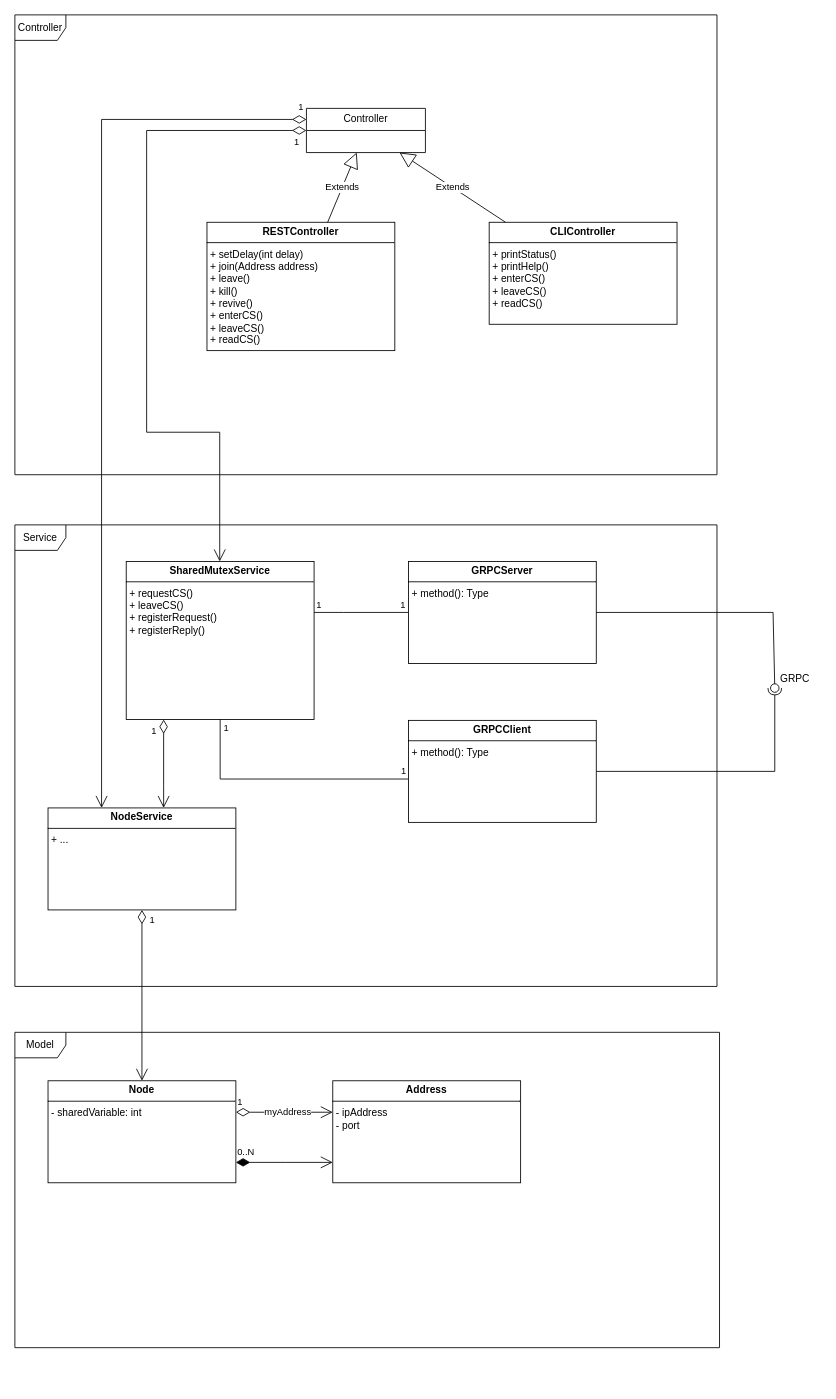
This is page "Class Diagram" (2 of 4) of docs/Untitled Diagram.drawio from jakubjanak2004/carvalho-roucairol, a draw.io file, before an edit. Source tidied: cells renumbered, new cells numbered last; positions are measured from the earlier drawing's top-left corner, leaving out a move shared by most shapes. Both pictures are drawn from the tidied source at 85%, with x=0, y=0 at pixel (14, 14).
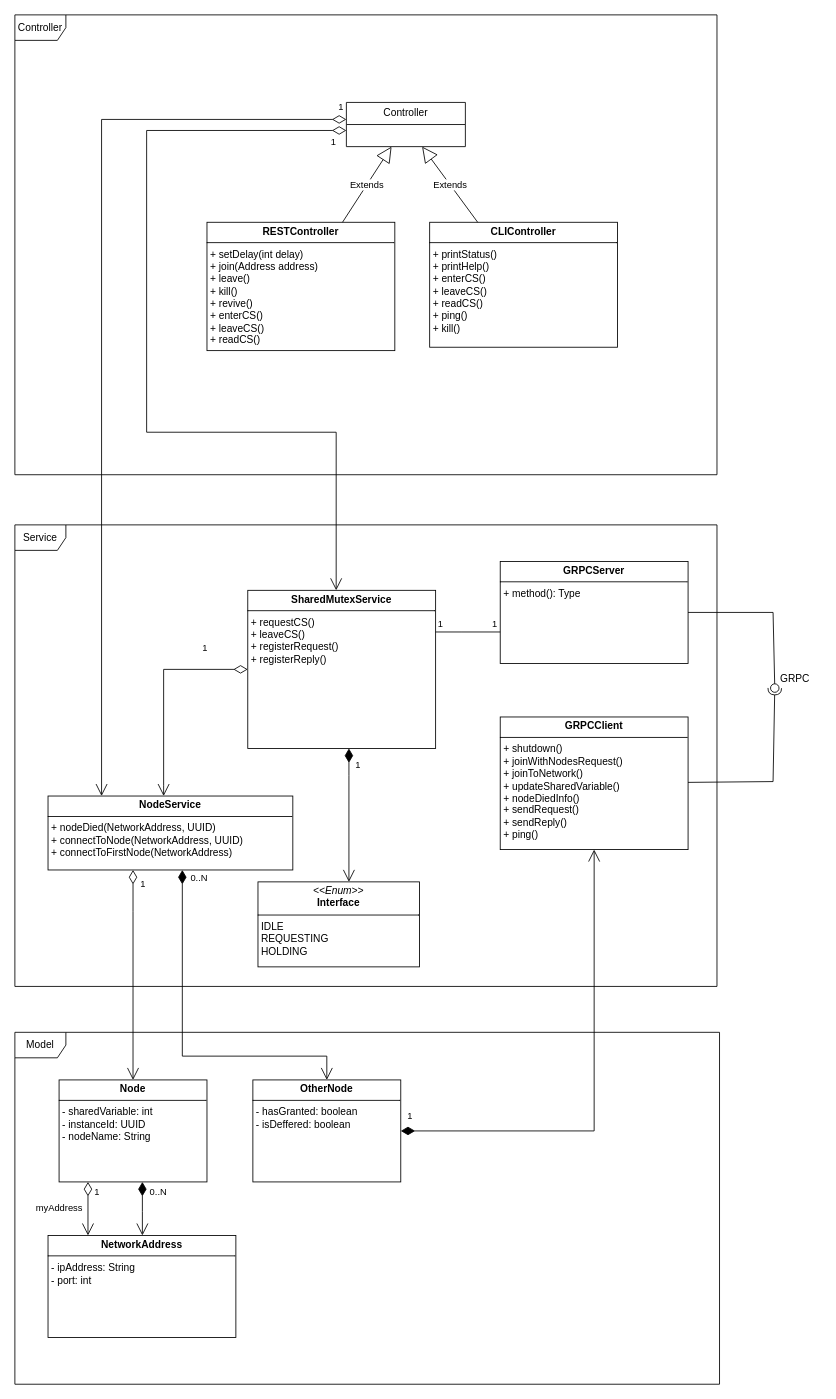
The same diagram, later.

Diff of the diagram source:
```diff
@@
-    <mxCell id="3" value="&lt;p style=&quot;margin:0px;margin-top:4px;text-align:center;&quot;&gt;&lt;b&gt;CLIController&lt;/b&gt;&lt;/p&gt;&lt;hr size=&quot;1&quot; style=&quot;border-style:solid;&quot;&gt;&lt;p style=&quot;margin:0px;margin-left:4px;&quot;&gt;+ printStatus()&lt;/p&gt;&lt;p style=&quot;margin:0px;margin-left:4px;&quot;&gt;+ printHelp()&lt;/p&gt;&lt;p style=&quot;margin:0px;margin-left:4px;&quot;&gt;+ enterCS()&lt;/p&gt;&lt;p style=&quot;margin:0px;margin-left:4px;&quot;&gt;+ leaveCS()&lt;/p&gt;&lt;p style=&quot;margin:0px;margin-left:4px;&quot;&gt;+ readCS()&lt;/p&gt;" style="verticalAlign=top;align=left;overflow=fill;html=1;whiteSpace=wrap;" parent="1" vertex="1">
-      <mxGeometry x="558" y="244" width="221" height="120" as="geometry" />
+    <mxCell id="3" value="&lt;p style=&quot;margin:0px;margin-top:4px;text-align:center;&quot;&gt;&lt;b&gt;CLIController&lt;/b&gt;&lt;/p&gt;&lt;hr size=&quot;1&quot; style=&quot;border-style:solid;&quot;&gt;&lt;p style=&quot;margin:0px;margin-left:4px;&quot;&gt;+ printStatus()&lt;/p&gt;&lt;p style=&quot;margin:0px;margin-left:4px;&quot;&gt;+ printHelp()&lt;/p&gt;&lt;p style=&quot;margin:0px;margin-left:4px;&quot;&gt;+ enterCS()&lt;/p&gt;&lt;p style=&quot;margin:0px;margin-left:4px;&quot;&gt;+ leaveCS()&lt;/p&gt;&lt;p style=&quot;margin:0px;margin-left:4px;&quot;&gt;+ readCS()&lt;/p&gt;&lt;p style=&quot;margin:0px;margin-left:4px;&quot;&gt;+ ping()&lt;/p&gt;&lt;p style=&quot;margin:0px;margin-left:4px;&quot;&gt;+ kill()&lt;/p&gt;" style="verticalAlign=top;align=left;overflow=fill;html=1;whiteSpace=wrap;" parent="1" vertex="1">
+      <mxGeometry x="488" y="244" width="221" height="147" as="geometry" />
     </mxCell>
     <mxCell id="4" value="&lt;p style=&quot;margin:0px;margin-top:4px;text-align:center;&quot;&gt;&lt;b&gt;SharedMutexService&lt;/b&gt;&lt;/p&gt;&lt;hr size=&quot;1&quot; style=&quot;border-style:solid;&quot;&gt;&lt;p style=&quot;margin:0px;margin-left:4px;&quot;&gt;+ requestCS()&lt;/p&gt;&lt;p style=&quot;margin:0px;margin-left:4px;&quot;&gt;+ leaveCS()&lt;/p&gt;&lt;p style=&quot;margin:0px;margin-left:4px;&quot;&gt;+ registerRequest()&lt;/p&gt;&lt;p style=&quot;margin:0px;margin-left:4px;&quot;&gt;+ registerReply()&lt;/p&gt;" style="verticalAlign=top;align=left;overflow=fill;html=1;whiteSpace=wrap;" parent="1" vertex="1">
-      <mxGeometry x="131" y="643" width="221" height="186" as="geometry" />
+      <mxGeometry x="274" y="677" width="221" height="186" as="geometry" />
     </mxCell>
     <mxCell id="5" value="&lt;p style=&quot;margin:0px;margin-top:4px;text-align:center;&quot;&gt;&lt;b&gt;GRPCServer&lt;/b&gt;&lt;/p&gt;&lt;hr size=&quot;1&quot; style=&quot;border-style:solid;&quot;&gt;&lt;p style=&quot;margin:0px;margin-left:4px;&quot;&gt;+ method(): Type&lt;/p&gt;" style="verticalAlign=top;align=left;overflow=fill;html=1;whiteSpace=wrap;" parent="1" vertex="1">
-      <mxGeometry x="463" y="643" width="221" height="120" as="geometry" />
+      <mxGeometry x="571" y="643" width="221" height="120" as="geometry" />
     </mxCell>
-    <mxCell id="6" value="&lt;p style=&quot;margin:0px;margin-top:4px;text-align:center;&quot;&gt;&lt;b&gt;GRPCClient&lt;/b&gt;&lt;/p&gt;&lt;hr size=&quot;1&quot; style=&quot;border-style:solid;&quot;&gt;&lt;p style=&quot;margin:0px;margin-left:4px;&quot;&gt;+ method(): Type&lt;/p&gt;" style="verticalAlign=top;align=left;overflow=fill;html=1;whiteSpace=wrap;" parent="1" vertex="1">
-      <mxGeometry x="463" y="830" width="221" height="120" as="geometry" />
+    <mxCell id="6" value="&lt;p style=&quot;margin:0px;margin-top:4px;text-align:center;&quot;&gt;&lt;b&gt;GRPCClient&lt;/b&gt;&lt;/p&gt;&lt;hr size=&quot;1&quot; style=&quot;border-style:solid;&quot;&gt;&lt;p style=&quot;margin:0px;margin-left:4px;&quot;&gt;+ shutdown()&lt;/p&gt;&lt;p style=&quot;margin:0px;margin-left:4px;&quot;&gt;+ joinWithNodesRequest()&lt;/p&gt;&lt;p style=&quot;margin:0px;margin-left:4px;&quot;&gt;+ joinToNetwork()&lt;/p&gt;&lt;p style=&quot;margin:0px;margin-left:4px;&quot;&gt;+ updateSharedVariable()&lt;/p&gt;&lt;p style=&quot;margin:0px;margin-left:4px;&quot;&gt;+ nodeDiedInfo()&lt;/p&gt;&lt;p style=&quot;margin:0px;margin-left:4px;&quot;&gt;+ sendRequest()&lt;/p&gt;&lt;p style=&quot;margin:0px;margin-left:4px;&quot;&gt;+ sendReply()&lt;/p&gt;&lt;p style=&quot;margin:0px;margin-left:4px;&quot;&gt;+ ping()&lt;/p&gt;" style="verticalAlign=top;align=left;overflow=fill;html=1;whiteSpace=wrap;" parent="1" vertex="1">
+      <mxGeometry x="571" y="826" width="221" height="156" as="geometry" />
     </mxCell>
     <mxCell id="7" style="rounded=0;jettySize=auto;html=1;endArrow=halfCircle;endFill=0;endSize=6;strokeWidth=1;sketch=0;" parent="1" edge="1" source="6">
       <mxGeometry relative="1" as="geometry">
         <mxPoint x="894" y="792" as="targetPoint" />
         <Array as="points">
-          <mxPoint x="894" y="890" />
+          <mxPoint x="892" y="902" />
         </Array>
       </mxGeometry>
     </mxCell>
@@
     <mxCell id="12" value="1" style="endArrow=open;html=1;endSize=12;startArrow=diamondThin;startSize=14;startFill=0;edgeStyle=orthogonalEdgeStyle;align=left;verticalAlign=bottom;rounded=0;" parent="1" edge="1" source="13" target="4">
       <mxGeometry x="-0.96" y="22" relative="1" as="geometry">
         <Array as="points">
           <mxPoint x="155" y="136" />
           <mxPoint x="155" y="491" />
-          <mxPoint x="241" y="491" />
+          <mxPoint x="378" y="491" />
         </Array>
       </mxGeometry>
     </mxCell>
     <mxCell id="13" value="Controller" style="swimlane;fontStyle=0;horizontal=1;startSize=26;fillColor=none;whiteSpace=wrap;html=1;" parent="1" vertex="1">
-      <mxGeometry x="343" y="110" width="140" height="52" as="geometry" />
+      <mxGeometry x="390" y="103" width="140" height="52" as="geometry" />
     </mxCell>
@@
     <mxCell id="17" value="Model" style="shape=umlFrame;whiteSpace=wrap;html=1;" parent="1" vertex="1">
-      <mxGeometry y="1197" width="829" height="371" as="geometry" />
+      <mxGeometry y="1197" width="829" height="414" as="geometry" />
     </mxCell>
-    <mxCell id="18" value="&lt;p style=&quot;margin:0px;margin-top:4px;text-align:center;&quot;&gt;&lt;b&gt;NodeService&lt;/b&gt;&lt;/p&gt;&lt;hr size=&quot;1&quot; style=&quot;border-style:solid;&quot;&gt;&lt;p style=&quot;margin:0px;margin-left:4px;&quot;&gt;+ ...&lt;/p&gt;" style="verticalAlign=top;align=left;overflow=fill;html=1;whiteSpace=wrap;" parent="1" vertex="1">
-      <mxGeometry x="39" y="933" width="221" height="120" as="geometry" />
+    <mxCell id="18" value="&lt;p style=&quot;margin:0px;margin-top:4px;text-align:center;&quot;&gt;&lt;b&gt;NodeService&lt;/b&gt;&lt;/p&gt;&lt;hr size=&quot;1&quot; style=&quot;border-style:solid;&quot;&gt;&lt;p style=&quot;margin:0px;margin-left:4px;&quot;&gt;+ nodeDied(NetworkAddress, UUID)&lt;/p&gt;&lt;p style=&quot;margin:0px;margin-left:4px;&quot;&gt;+ connectToNode(NetworkAddress, UUID)&lt;/p&gt;&lt;p style=&quot;margin:0px;margin-left:4px;&quot;&gt;+ connectToFirstNode(NetworkAddress)&lt;/p&gt;" style="verticalAlign=top;align=left;overflow=fill;html=1;whiteSpace=wrap;" parent="1" vertex="1">
+      <mxGeometry x="39" y="919" width="288" height="87" as="geometry" />
     </mxCell>
-    <mxCell id="19" value="&lt;p style=&quot;margin:0px;margin-top:4px;text-align:center;&quot;&gt;&lt;b&gt;Node&lt;/b&gt;&lt;/p&gt;&lt;hr size=&quot;1&quot; style=&quot;border-style:solid;&quot;&gt;&lt;p style=&quot;margin:0px;margin-left:4px;&quot;&gt;- sharedVariable: int&lt;/p&gt;" style="verticalAlign=top;align=left;overflow=fill;html=1;whiteSpace=wrap;" parent="1" vertex="1">
-      <mxGeometry x="39" y="1254" width="221" height="120" as="geometry" />
+    <mxCell id="19" value="&lt;p style=&quot;margin:0px;margin-top:4px;text-align:center;&quot;&gt;&lt;b&gt;Node&lt;/b&gt;&lt;/p&gt;&lt;hr size=&quot;1&quot; style=&quot;border-style:solid;&quot;&gt;&lt;p style=&quot;margin:0px;margin-left:4px;&quot;&gt;- sharedVariable: int&lt;/p&gt;&lt;p style=&quot;margin:0px;margin-left:4px;&quot;&gt;- instanceId: UUID&lt;/p&gt;&lt;p style=&quot;margin:0px;margin-left:4px;&quot;&gt;- nodeName: String&lt;/p&gt;" style="verticalAlign=top;align=left;overflow=fill;html=1;whiteSpace=wrap;" parent="1" vertex="1">
+      <mxGeometry x="52" y="1253" width="174" height="120" as="geometry" />
     </mxCell>
     <mxCell id="20" value="1" style="endArrow=open;html=1;endSize=12;startArrow=diamondThin;startSize=14;startFill=0;edgeStyle=orthogonalEdgeStyle;align=left;verticalAlign=bottom;rounded=0;" parent="1" edge="1" source="18" target="19">
-      <mxGeometry x="-0.79" y="7" relative="1" as="geometry" />
+      <mxGeometry x="-0.79" y="7" relative="1" as="geometry">
+        <Array as="points">
+          <mxPoint x="139" y="1055" />
+          <mxPoint x="139" y="1055" />
+        </Array>
+      </mxGeometry>
     </mxCell>
-    <mxCell id="21" value="&lt;p style=&quot;margin:0px;margin-top:4px;text-align:center;&quot;&gt;&lt;b&gt;Address&lt;/b&gt;&lt;/p&gt;&lt;hr size=&quot;1&quot; style=&quot;border-style:solid;&quot;&gt;&lt;p style=&quot;margin:0px;margin-left:4px;&quot;&gt;- ipAddress&lt;/p&gt;&lt;p style=&quot;margin:0px;margin-left:4px;&quot;&gt;- port&lt;/p&gt;" style="verticalAlign=top;align=left;overflow=fill;html=1;whiteSpace=wrap;" parent="1" vertex="1">
-      <mxGeometry x="374" y="1254" width="221" height="120" as="geometry" />
+    <mxCell id="21" value="&lt;p style=&quot;margin:0px;margin-top:4px;text-align:center;&quot;&gt;&lt;b&gt;NetworkAddress&lt;/b&gt;&lt;/p&gt;&lt;hr size=&quot;1&quot; style=&quot;border-style:solid;&quot;&gt;&lt;p style=&quot;margin:0px;margin-left:4px;&quot;&gt;- ipAddress: String&lt;/p&gt;&lt;p style=&quot;margin:0px;margin-left:4px;&quot;&gt;- port: int&lt;/p&gt;" style="verticalAlign=top;align=left;overflow=fill;html=1;whiteSpace=wrap;" parent="1" vertex="1">
+      <mxGeometry x="39" y="1436" width="221" height="120" as="geometry" />
     </mxCell>
     <mxCell id="22" value="1" style="endArrow=open;html=1;endSize=12;startArrow=diamondThin;startSize=14;startFill=0;edgeStyle=orthogonalEdgeStyle;align=left;verticalAlign=bottom;rounded=0;" parent="1" edge="1" source="19" target="21">
-      <mxGeometry x="-1" y="3" relative="1" as="geometry">
+      <mxGeometry x="-0.32" y="6" relative="1" as="geometry">
         <Array as="points">
-          <mxPoint x="321" y="1291" />
-          <mxPoint x="321" y="1291" />
+          <mxPoint x="86" y="1425" />
+          <mxPoint x="86" y="1425" />
         </Array>
       </mxGeometry>
     </mxCell>
     <mxCell id="23" value="myAddress" style="edgeLabel;html=1;align=center;verticalAlign=middle;" parent="22" vertex="1">
-      <mxGeometry x="0.06" y="1" relative="1" as="geometry" />
+      <mxGeometry x="0.06" y="1" relative="1" as="geometry">
+        <mxPoint x="-36" y="-3" as="offset" />
+      </mxGeometry>
     </mxCell>
@@
-    <mxCell id="25" style="endArrow=none;html=1;edgeStyle=orthogonalEdgeStyle;rounded=0;" parent="1" edge="1" source="4" target="6">
-      <mxGeometry relative="1" as="geometry">
-        <Array as="points">
-          <mxPoint x="242" y="899" />
-        </Array>
-      </mxGeometry>
-    </mxCell>
-    <mxCell id="26" value="1" style="edgeLabel;html=1;align=left;verticalAlign=bottom;" parent="25" vertex="1">
-      <mxGeometry x="-1" relative="1" as="geometry">
-        <mxPoint x="2" y="18" as="offset" />
-      </mxGeometry>
-    </mxCell>
-    <mxCell id="27" value="1" style="edgeLabel;html=1;align=right;verticalAlign=bottom;" parent="25" vertex="1">
-      <mxGeometry x="1" relative="1" as="geometry">
-        <mxPoint x="-3" y="-2" as="offset" />
-      </mxGeometry>
-    </mxCell>
     <mxCell id="28" style="endArrow=none;html=1;edgeStyle=orthogonalEdgeStyle;rounded=0;" parent="1" edge="1" source="4" target="5">
       <mxGeometry relative="1" as="geometry">
         <Array as="points">
-          <mxPoint x="387" y="703" />
-          <mxPoint x="387" y="703" />
+          <mxPoint x="526" y="726" />
+          <mxPoint x="526" y="726" />
         </Array>
       </mxGeometry>
     </mxCell>
@@
     <mxCell id="31" value="0..N" style="endArrow=open;html=1;endSize=12;startArrow=diamondThin;startSize=14;startFill=1;edgeStyle=orthogonalEdgeStyle;align=left;verticalAlign=bottom;rounded=0;" parent="1" edge="1" source="19" target="21">
-      <mxGeometry x="-1" y="3" relative="1" as="geometry">
+      <mxGeometry x="-0.32" y="7" relative="1" as="geometry">
         <Array as="points">
-          <mxPoint x="318" y="1350" />
-          <mxPoint x="318" y="1350" />
+          <mxPoint x="150" y="1408" />
+          <mxPoint x="150" y="1408" />
         </Array>
       </mxGeometry>
     </mxCell>
+    <mxCell id="32" value="&lt;p style=&quot;margin:0px;margin-top:4px;text-align:center;&quot;&gt;&lt;i&gt;&amp;lt;&amp;lt;Enum&amp;gt;&amp;gt;&lt;/i&gt;&lt;br&gt;&lt;b&gt;Interface&lt;/b&gt;&lt;/p&gt;&lt;hr size=&quot;1&quot; style=&quot;border-style:solid;&quot;&gt;&lt;p style=&quot;margin:0px;margin-left:4px;&quot;&gt;IDLE&lt;/p&gt;&lt;p style=&quot;margin:0px;margin-left:4px;&quot;&gt;REQUESTING&lt;/p&gt;&lt;p style=&quot;margin:0px;margin-left:4px;&quot;&gt;HOLDING&lt;/p&gt;" style="verticalAlign=top;align=left;overflow=fill;html=1;whiteSpace=wrap;" parent="1" vertex="1">
+      <mxGeometry x="286" y="1020" width="190" height="100" as="geometry" />
+    </mxCell>
+    <mxCell id="33" value="1" style="endArrow=open;html=1;endSize=12;startArrow=diamondThin;startSize=14;startFill=1;edgeStyle=orthogonalEdgeStyle;align=left;verticalAlign=bottom;rounded=0;" parent="1" edge="1" source="4" target="32">
+      <mxGeometry x="-0.64" y="6" relative="1" as="geometry">
+        <Array as="points">
+          <mxPoint x="393" y="895" />
+          <mxPoint x="393" y="895" />
+        </Array>
+      </mxGeometry>
+    </mxCell>
+    <mxCell id="34" value="&lt;p style=&quot;margin:0px;margin-top:4px;text-align:center;&quot;&gt;&lt;b&gt;OtherNode&lt;/b&gt;&lt;/p&gt;&lt;hr size=&quot;1&quot; style=&quot;border-style:solid;&quot;&gt;&lt;p style=&quot;margin:0px;margin-left:4px;&quot;&gt;- hasGranted: boolean&lt;/p&gt;&lt;p style=&quot;margin:0px;margin-left:4px;&quot;&gt;- isDeffered: boolean&lt;/p&gt;" style="verticalAlign=top;align=left;overflow=fill;html=1;whiteSpace=wrap;" parent="1" vertex="1">
+      <mxGeometry x="280" y="1253" width="174" height="120" as="geometry" />
+    </mxCell>
+    <mxCell id="35" value="0..N" style="endArrow=open;html=1;endSize=12;startArrow=diamondThin;startSize=14;startFill=1;edgeStyle=orthogonalEdgeStyle;align=left;verticalAlign=bottom;rounded=0;" parent="1" edge="1" source="18" target="34">
+      <mxGeometry x="-0.91" y="8" relative="1" as="geometry">
+        <Array as="points">
+          <mxPoint x="197" y="1225" />
+          <mxPoint x="367" y="1225" />
+        </Array>
+      </mxGeometry>
+    </mxCell>
+    <mxCell id="36" value="1" style="endArrow=open;html=1;endSize=12;startArrow=diamondThin;startSize=14;startFill=1;edgeStyle=orthogonalEdgeStyle;align=left;verticalAlign=bottom;rounded=0;" parent="1" edge="1" source="34" target="6">
+      <mxGeometry x="-0.98" y="8" relative="1" as="geometry" />
+    </mxCell>
```
